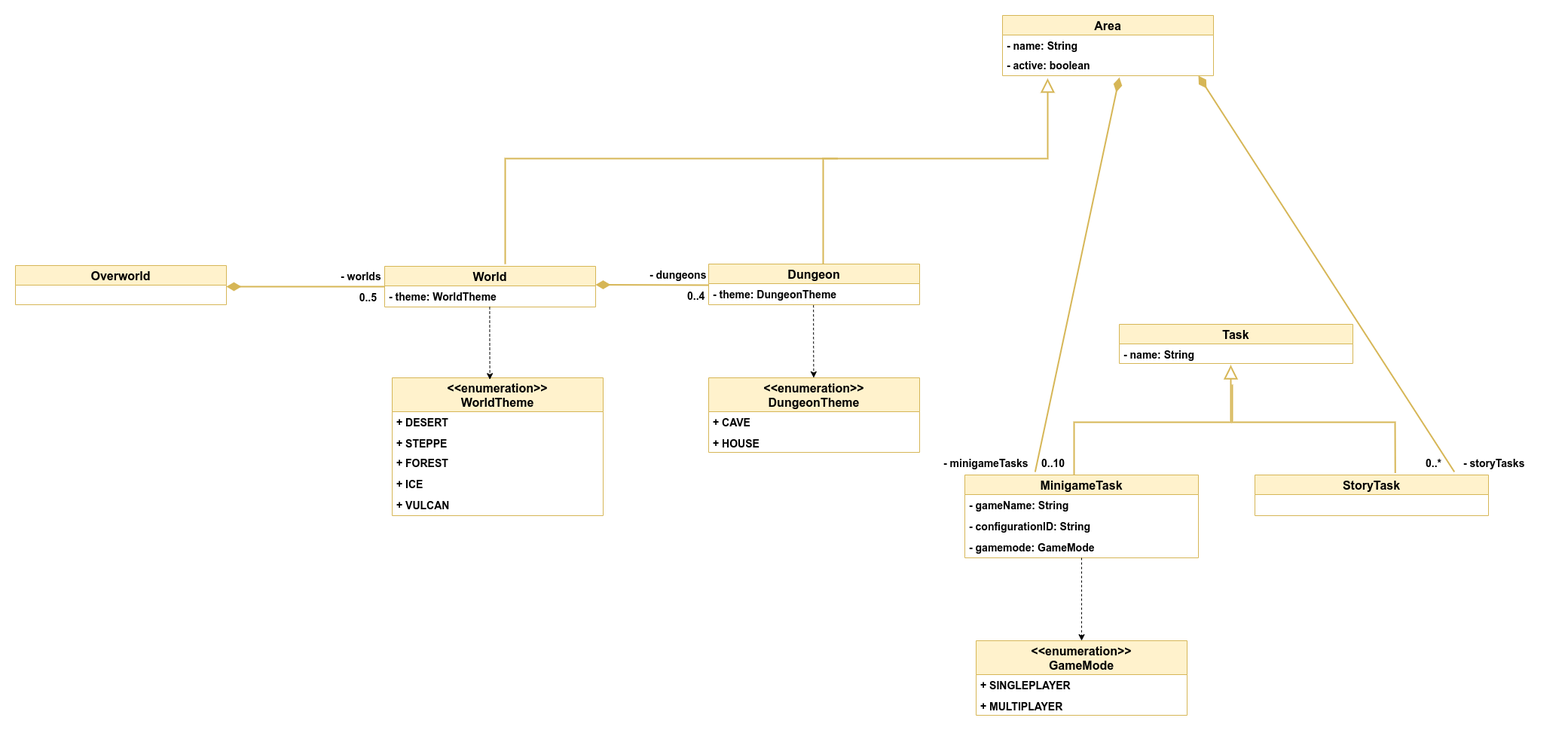
This is dev-manuals/services/overworld/class-diagram/overworld-class-diagram.png from Gamify-IT/docs, a draw.io export, as it was before one commit. Source tidied: cells renumbered, new cells last; positions are measured from the earlier drawing's top-left corner, leaving out a move shared by most shapes.
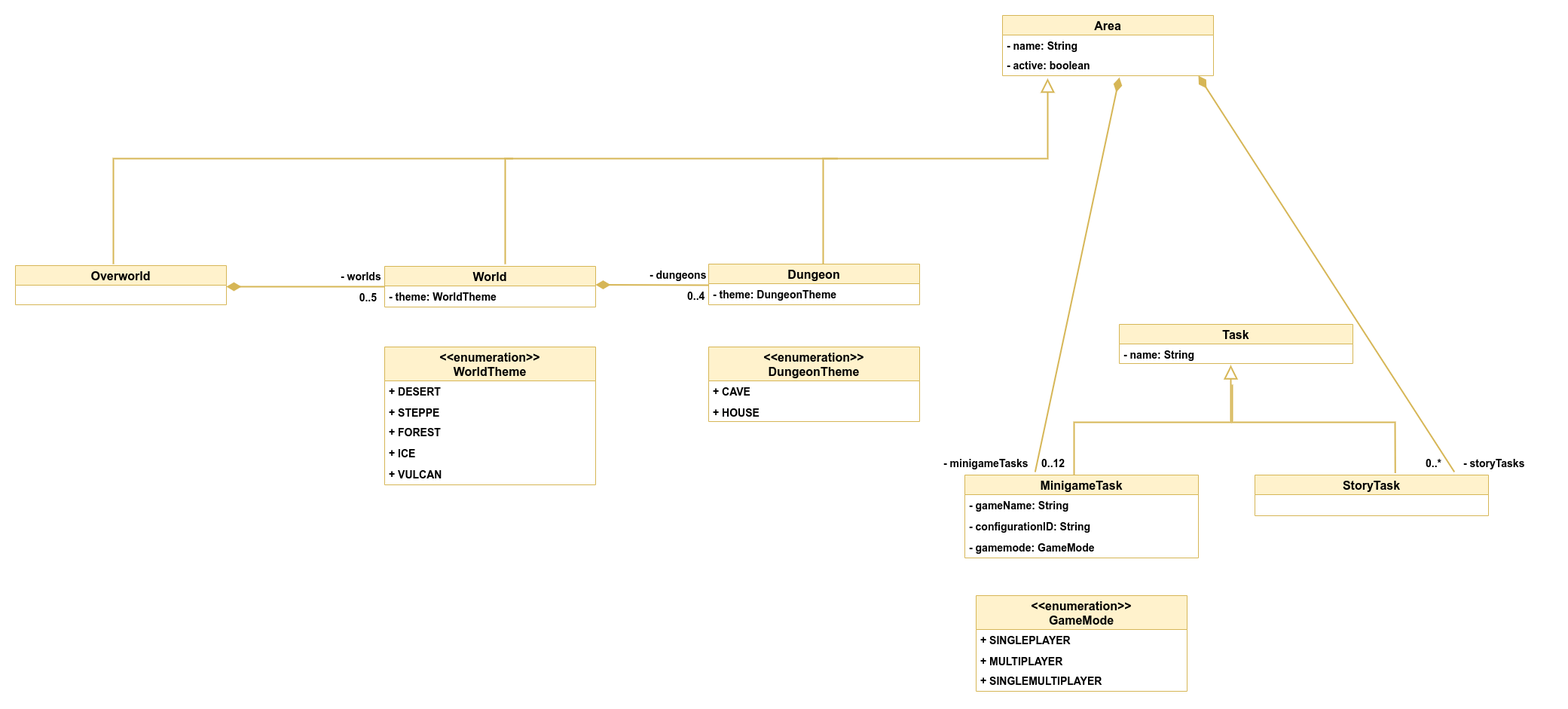
Above is the later version.

Commit message:
changes from review to overworld class diagram

- removed connection between enumerations
- added abstract class Area to Overworld
- changed minigameTasks up to 12

What changed in the source:
```diff
@@ -61,7 +61,7 @@
     <mxCell id="17" value="&lt;span style=&quot;color: rgb(0 , 0 , 0) ; font-family: &amp;#34;helvetica&amp;#34; ; font-size: 14px ; font-style: normal ; font-weight: 700 ; letter-spacing: normal ; text-align: right ; text-indent: 0px ; text-transform: none ; word-spacing: 0px ; background-color: rgb(255 , 255 , 255) ; display: inline ; float: none&quot;&gt;- minigameTasks&lt;/span&gt;" style="text;whiteSpace=wrap;html=1;" parent="1" vertex="1">
       <mxGeometry x="1230" y="580" width="120" height="30" as="geometry" />
     </mxCell>
-    <mxCell id="18" value="0..10" style="html=1;align=left;verticalAlign=top;labelBackgroundColor=#ffffff;fontSize=14;fontStyle=1;" parent="1" vertex="1">
+    <mxCell id="18" value="0..12" style="html=1;align=left;verticalAlign=top;labelBackgroundColor=#ffffff;fontSize=14;fontStyle=1;" parent="1" vertex="1">
       <mxGeometry x="1360" y="580" as="geometry" />
     </mxCell>
     <mxCell id="19" value="MinigameTask" style="swimlane;fontStyle=1;horizontal=1;startSize=26;fillColor=#fff2cc;strokeColor=#d6b656;fontSize=16;" parent="1" vertex="1">
@@ -86,7 +86,7 @@
       </mxGeometry>
     </mxCell>
     <mxCell id="24" value="&lt;&lt;enumeration&gt;&gt;&#10;WorldTheme" style="swimlane;fontStyle=1;horizontal=1;startSize=45;fillColor=#fff2cc;strokeColor=#d6b656;fontSize=16;strokeWidth=1;fixDash=0;arcSize=15;" parent="1" vertex="1">
-      <mxGeometry x="500" y="481" width="280" height="183" as="geometry" />
+      <mxGeometry x="490" y="440" width="280" height="183" as="geometry" />
     </mxCell>
     <mxCell id="25" value="+ DESERT" style="text;strokeColor=none;fillColor=none;align=left;verticalAlign=top;spacingLeft=4;spacingRight=4;overflow=hidden;fontStyle=1;fontSize=14;" parent="24" vertex="1">
       <mxGeometry y="45" width="280" height="28" as="geometry" />
@@ -104,7 +104,7 @@
       <mxGeometry y="155" width="280" height="28" as="geometry" />
     </mxCell>
     <mxCell id="30" value="&lt;&lt;enumeration&gt;&gt;&#10;DungeonTheme" style="swimlane;fontStyle=1;horizontal=1;startSize=45;fillColor=#fff2cc;strokeColor=#d6b656;fontSize=16;strokeWidth=1;fixDash=0;arcSize=15;" parent="1" vertex="1">
-      <mxGeometry x="920" y="481" width="280" height="99" as="geometry" />
+      <mxGeometry x="920" y="440" width="280" height="99" as="geometry" />
     </mxCell>
     <mxCell id="31" value="+ CAVE" style="text;strokeColor=none;fillColor=none;align=left;verticalAlign=top;spacingLeft=4;spacingRight=4;overflow=hidden;fontStyle=1;fontSize=14;" parent="30" vertex="1">
       <mxGeometry y="45" width="280" height="28" as="geometry" />
@@ -113,7 +113,7 @@
       <mxGeometry y="73" width="280" height="26" as="geometry" />
     </mxCell>
     <mxCell id="33" value="&lt;&lt;enumeration&gt;&gt;&#10;GameMode" style="swimlane;fontStyle=1;horizontal=1;startSize=45;fillColor=#fff2cc;strokeColor=#d6b656;fontSize=16;strokeWidth=1;fixDash=0;arcSize=15;" parent="1" vertex="1">
-      <mxGeometry x="1275" y="830" width="280" height="99" as="geometry" />
+      <mxGeometry x="1275" y="770" width="280" height="127" as="geometry" />
     </mxCell>
     <mxCell id="34" value="+ SINGLEPLAYER" style="text;strokeColor=none;fillColor=none;align=left;verticalAlign=top;spacingLeft=4;spacingRight=4;overflow=hidden;fontStyle=1;fontSize=14;" parent="33" vertex="1">
       <mxGeometry y="45" width="280" height="28" as="geometry" />
@@ -121,15 +121,9 @@
     <mxCell id="35" value="+ MULTIPLAYER" style="text;strokeColor=none;fillColor=none;align=left;verticalAlign=top;spacingLeft=4;spacingRight=4;overflow=hidden;fontStyle=1;fontSize=14;" parent="33" vertex="1">
       <mxGeometry y="73" width="280" height="26" as="geometry" />
     </mxCell>
-    <mxCell id="36" style="edgeStyle=orthogonalEdgeStyle;rounded=0;jettySize=auto;html=1;dashed=1;entryX=0.5;entryY=0;entryDx=0;entryDy=0;" parent="1" edge="1" target="33">
-      <mxGeometry relative="1" as="geometry">
-        <mxPoint x="1415" y="720" as="sourcePoint" />
-        <Array as="points">
-          <mxPoint x="1415" y="720" />
-          <mxPoint x="1415" y="720" />
-        </Array>
-      </mxGeometry>
-    </mxCell>
+    <mxCell id="49" value="+ SINGLEMULTIPLAYER" style="text;strokeColor=none;fillColor=none;align=left;verticalAlign=top;spacingLeft=4;spacingRight=4;overflow=hidden;fontStyle=1;fontSize=14;" parent="33" vertex="1">
+      <mxGeometry y="99" width="280" height="28" as="geometry" />
+    </mxCell>
     <mxCell id="37" value="Area" style="swimlane;fontStyle=1;horizontal=1;startSize=26;fillColor=#fff2cc;strokeColor=#d6b656;fontSize=16;" parent="1" vertex="1">
       <mxGeometry x="1310" width="280" height="80" as="geometry" />
     </mxCell>
@@ -169,21 +163,6 @@
         </Array>
       </mxGeometry>
     </mxCell>
-    <mxCell id="44" style="edgeStyle=orthogonalEdgeStyle;rounded=0;jettySize=auto;html=1;dashed=1;entryX=0.5;entryY=0;entryDx=0;entryDy=0;exitX=0.497;exitY=1.025;exitDx=0;exitDy=0;exitPerimeter=0;" parent="1" edge="1" source="8">
-      <mxGeometry relative="1" as="geometry">
-        <mxPoint x="1059.4" y="481" as="targetPoint" />
-      </mxGeometry>
-    </mxCell>
-    <mxCell id="45" style="edgeStyle=orthogonalEdgeStyle;rounded=0;orthogonalLoop=1;jettySize=auto;html=1;dashed=1;entryX=0.5;entryY=0;entryDx=0;entryDy=0;exitX=0.497;exitY=1.025;exitDx=0;exitDy=0;exitPerimeter=0;" parent="1" edge="1">
-      <mxGeometry relative="1" as="geometry">
-        <mxPoint x="629.4" y="387" as="sourcePoint" />
-        <mxPoint x="629.7" y="483.3" as="targetPoint" />
-        <Array as="points">
-          <mxPoint x="629.2" y="422.3" />
-          <mxPoint x="629.2" y="422.3" />
-        </Array>
-      </mxGeometry>
-    </mxCell>
     <mxCell id="46" value="0..*" style="html=1;align=left;verticalAlign=top;labelBackgroundColor=#ffffff;fontSize=14;fontStyle=1;" parent="1" vertex="1">
       <mxGeometry x="1870" y="580" as="geometry" />
     </mxCell>
@@ -195,5 +174,15 @@
         <mxPoint x="1570" y="80" as="sourcePoint" />
       </mxGeometry>
     </mxCell>
+    <mxCell id="50" style="endArrow=none;html=1;endSize=12;startArrow=none;startSize=14;startFill=0;strokeWidth=2;fontSize=14;fillColor=#fff2cc;strokeColor=#d6b656;endFill=0;fontStyle=1;rounded=0;entryX=0.543;entryY=0;entryDx=0;entryDy=0;entryPerimeter=0;" parent="1" edge="1">
+      <mxGeometry relative="1" as="geometry">
+        <mxPoint x="660" y="190" as="sourcePoint" />
+        <mxPoint x="130" y="330" as="targetPoint" />
+        <Array as="points">
+          <mxPoint x="286" y="190" />
+          <mxPoint x="130" y="190" />
+        </Array>
+      </mxGeometry>
+    </mxCell>
   </root>
 </mxGraphModel>
```
